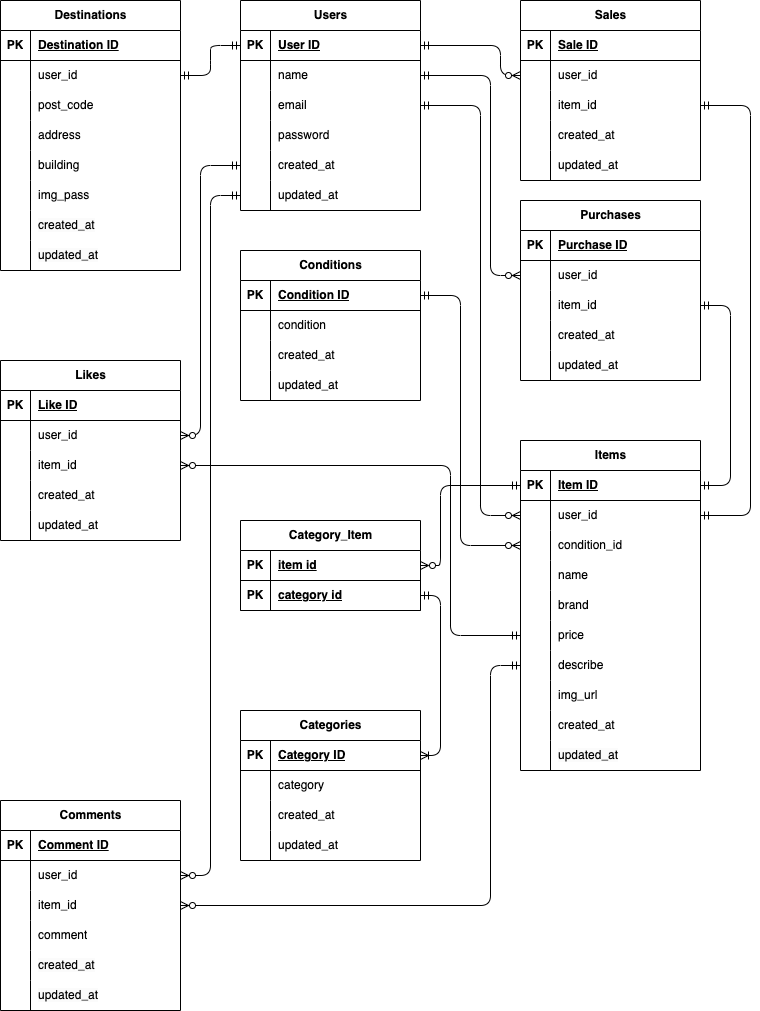
This is src/EntityRelationshipDiagram.drawio.png from StrawberryFairyPrincess/flea-market_mock, a draw.io export, as it was before one commit. Source tidied: cells renumbered, new cells last; positions are measured from the earlier drawing's top-left corner, leaving out a move shared by most shapes.
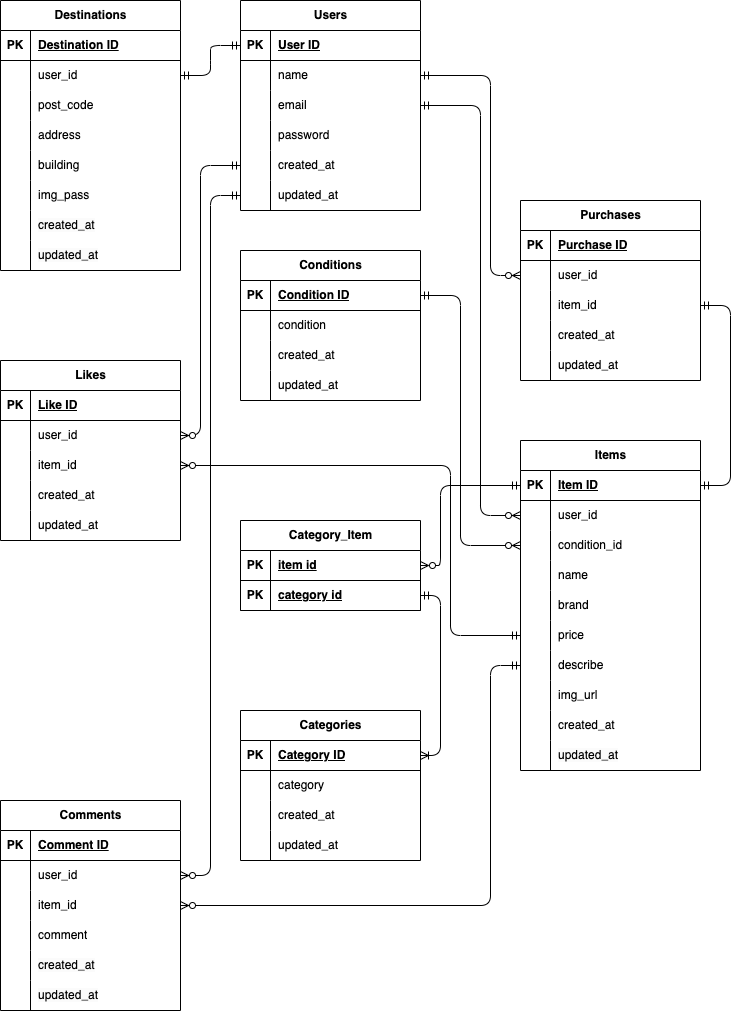
After the change.

Change to the diagram source:
```diff
@@ -95,54 +95,6 @@
     <mxCell id="32" value="&lt;meta charset=&quot;utf-8&quot;&gt;&lt;span style=&quot;color: rgb(0, 0, 0); font-family: Helvetica; font-size: 12px; font-style: normal; font-variant-ligatures: normal; font-variant-caps: normal; font-weight: 400; letter-spacing: normal; orphans: 2; text-align: left; text-indent: 0px; text-transform: none; widows: 2; word-spacing: 0px; -webkit-text-stroke-width: 0px; white-space: normal; background-color: rgb(251, 251, 251); text-decoration-thickness: initial; text-decoration-style: initial; text-decoration-color: initial; display: inline !important; float: none;&quot;&gt;updated_at&lt;/span&gt;" style="shape=partialRectangle;fillColor=none;top=0;left=0;bottom=0;right=0;align=left;spacingLeft=6;overflow=hidden;whiteSpace=wrap;html=1;" parent="30" vertex="1">
       <mxGeometry x="30" width="150" height="30" as="geometry" />
     </mxCell>
-    <mxCell id="33" value="Sales" style="shape=table;startSize=30;rowLines=0;fontStyle=1;align=center;html=1;" parent="1" vertex="1">
-      <mxGeometry x="520" width="180" height="180" as="geometry" />
-    </mxCell>
-    <mxCell id="34" style="shape=tableRow;horizontal=0;startSize=0;swimlaneHead=0;swimlaneBody=0;fillColor=none;top=0;left=0;right=0;bottom=1;" parent="33" vertex="1">
-      <mxGeometry y="30" width="180" height="30" as="geometry" />
-    </mxCell>
-    <mxCell id="35" value="PK" style="shape=partialRectangle;fillColor=none;top=0;left=0;bottom=0;right=0;fontStyle=1;overflow=hidden;whiteSpace=wrap;html=1;" parent="34" vertex="1">
-      <mxGeometry width="30" height="30" as="geometry" />
-    </mxCell>
-    <mxCell id="36" value="Sale ID" style="shape=partialRectangle;fillColor=none;top=0;left=0;bottom=0;right=0;align=left;spacingLeft=6;fontStyle=5;overflow=hidden;whiteSpace=wrap;html=1;" parent="34" vertex="1">
-      <mxGeometry x="30" width="150" height="30" as="geometry" />
-    </mxCell>
-    <mxCell id="37" style="shape=tableRow;horizontal=0;startSize=0;swimlaneHead=0;swimlaneBody=0;fillColor=none;points=[[0,0.5],[1,0.5]];portConstraint=eastwest;top=0;left=0;right=0;bottom=0;" parent="33" vertex="1">
-      <mxGeometry y="60" width="180" height="30" as="geometry" />
-    </mxCell>
-    <mxCell id="38" style="shape=partialRectangle;fillColor=none;top=0;left=0;bottom=0;right=0;overflow=hidden;whiteSpace=wrap;html=1;" parent="37" vertex="1">
-      <mxGeometry width="30" height="30" as="geometry" />
-    </mxCell>
-    <mxCell id="39" value="user_id" style="shape=partialRectangle;fillColor=none;top=0;left=0;bottom=0;right=0;align=left;spacingLeft=6;overflow=hidden;whiteSpace=wrap;html=1;" parent="37" vertex="1">
-      <mxGeometry x="30" width="150" height="30" as="geometry" />
-    </mxCell>
-    <mxCell id="40" style="shape=tableRow;horizontal=0;startSize=0;swimlaneHead=0;swimlaneBody=0;fillColor=none;points=[[0,0.5],[1,0.5]];portConstraint=eastwest;top=0;left=0;right=0;bottom=0;" parent="33" vertex="1">
-      <mxGeometry y="90" width="180" height="30" as="geometry" />
-    </mxCell>
-    <mxCell id="41" style="shape=partialRectangle;fillColor=none;top=0;left=0;bottom=0;right=0;overflow=hidden;whiteSpace=wrap;html=1;" parent="40" vertex="1">
-      <mxGeometry width="30" height="30" as="geometry" />
-    </mxCell>
-    <mxCell id="42" value="item_id" style="shape=partialRectangle;fillColor=none;top=0;left=0;bottom=0;right=0;align=left;spacingLeft=6;overflow=hidden;whiteSpace=wrap;html=1;" parent="40" vertex="1">
-      <mxGeometry x="30" width="150" height="30" as="geometry" />
-    </mxCell>
-    <mxCell id="43" style="shape=tableRow;horizontal=0;startSize=0;swimlaneHead=0;swimlaneBody=0;fillColor=none;top=0;left=0;right=0;bottom=0;" parent="33" vertex="1">
-      <mxGeometry y="120" width="180" height="30" as="geometry" />
-    </mxCell>
-    <mxCell id="44" style="shape=partialRectangle;fillColor=none;top=0;left=0;bottom=0;right=0;overflow=hidden;whiteSpace=wrap;html=1;" parent="43" vertex="1">
-      <mxGeometry width="30" height="30" as="geometry" />
-    </mxCell>
-    <mxCell id="45" value="&lt;span style=&quot;color: rgb(0, 0, 0);&quot;&gt;created_at&lt;/span&gt;" style="shape=partialRectangle;fillColor=none;top=0;left=0;bottom=0;right=0;align=left;spacingLeft=6;overflow=hidden;whiteSpace=wrap;html=1;" parent="43" vertex="1">
-      <mxGeometry x="30" width="150" height="30" as="geometry" />
-    </mxCell>
-    <mxCell id="46" style="shape=tableRow;horizontal=0;startSize=0;swimlaneHead=0;swimlaneBody=0;fillColor=none;top=0;left=0;right=0;bottom=0;" parent="33" vertex="1">
-      <mxGeometry y="150" width="180" height="30" as="geometry" />
-    </mxCell>
-    <mxCell id="47" style="shape=partialRectangle;fillColor=none;top=0;left=0;bottom=0;right=0;overflow=hidden;whiteSpace=wrap;html=1;" parent="46" vertex="1">
-      <mxGeometry width="30" height="30" as="geometry" />
-    </mxCell>
-    <mxCell id="48" value="&lt;span style=&quot;color: rgb(0, 0, 0);&quot;&gt;updated_at&lt;/span&gt;" style="shape=partialRectangle;fillColor=none;top=0;left=0;bottom=0;right=0;align=left;spacingLeft=6;overflow=hidden;whiteSpace=wrap;html=1;" parent="46" vertex="1">
-      <mxGeometry x="30" width="150" height="30" as="geometry" />
-    </mxCell>
     <mxCell id="49" value="Users" style="shape=table;startSize=30;rowLines=0;fontStyle=1;align=center;html=1;" parent="1" vertex="1">
       <mxGeometry x="240" width="180" height="210" as="geometry" />
     </mxCell>
@@ -478,13 +430,6 @@
     <mxCell id="153" style="edgeStyle=entityRelationEdgeStyle;fontSize=12;html=1;endArrow=ERmandOne;startArrow=ERmandOne;entryX=0;entryY=0.5;entryDx=0;entryDy=0;exitX=1;exitY=0.5;exitDx=0;exitDy=0;" parent="1" edge="1" source="72" target="50">
       <mxGeometry relative="1" as="geometry" />
     </mxCell>
-    <mxCell id="154" style="edgeStyle=elbowEdgeStyle;fontSize=12;html=1;endArrow=ERzeroToMany;startArrow=ERmandOne;exitX=1;exitY=0.5;exitDx=0;exitDy=0;entryX=0;entryY=0.5;entryDx=0;entryDy=0;" parent="1" edge="1" source="50" target="37">
-      <mxGeometry relative="1" as="geometry">
-        <Array as="points">
-          <mxPoint x="500" y="60" />
-        </Array>
-      </mxGeometry>
-    </mxCell>
     <mxCell id="155" style="edgeStyle=elbowEdgeStyle;fontSize=12;html=1;endArrow=ERzeroToMany;startArrow=ERmandOne;exitX=1;exitY=0.5;exitDx=0;exitDy=0;entryX=0;entryY=0.5;entryDx=0;entryDy=0;" parent="1" edge="1" source="53" target="117">
       <mxGeometry relative="1" as="geometry">
         <Array as="points">
@@ -492,13 +437,6 @@
         </Array>
       </mxGeometry>
     </mxCell>
-    <mxCell id="156" style="edgeStyle=elbowEdgeStyle;fontSize=12;html=1;endArrow=ERmandOne;startArrow=ERmandOne;exitX=1;exitY=0.5;exitDx=0;exitDy=0;entryX=1;entryY=0.5;entryDx=0;entryDy=0;" parent="1" edge="1" source="6" target="40">
-      <mxGeometry relative="1" as="geometry">
-        <Array as="points">
-          <mxPoint x="750" y="310" />
-        </Array>
-      </mxGeometry>
-    </mxCell>
     <mxCell id="157" style="edgeStyle=elbowEdgeStyle;fontSize=12;html=1;endArrow=ERmandOne;startArrow=ERmandOne;entryX=1;entryY=0.5;entryDx=0;entryDy=0;exitX=1;exitY=0.5;exitDx=0;exitDy=0;" parent="1" edge="1" source="3" target="120">
       <mxGeometry relative="1" as="geometry">
         <Array as="points">
```
